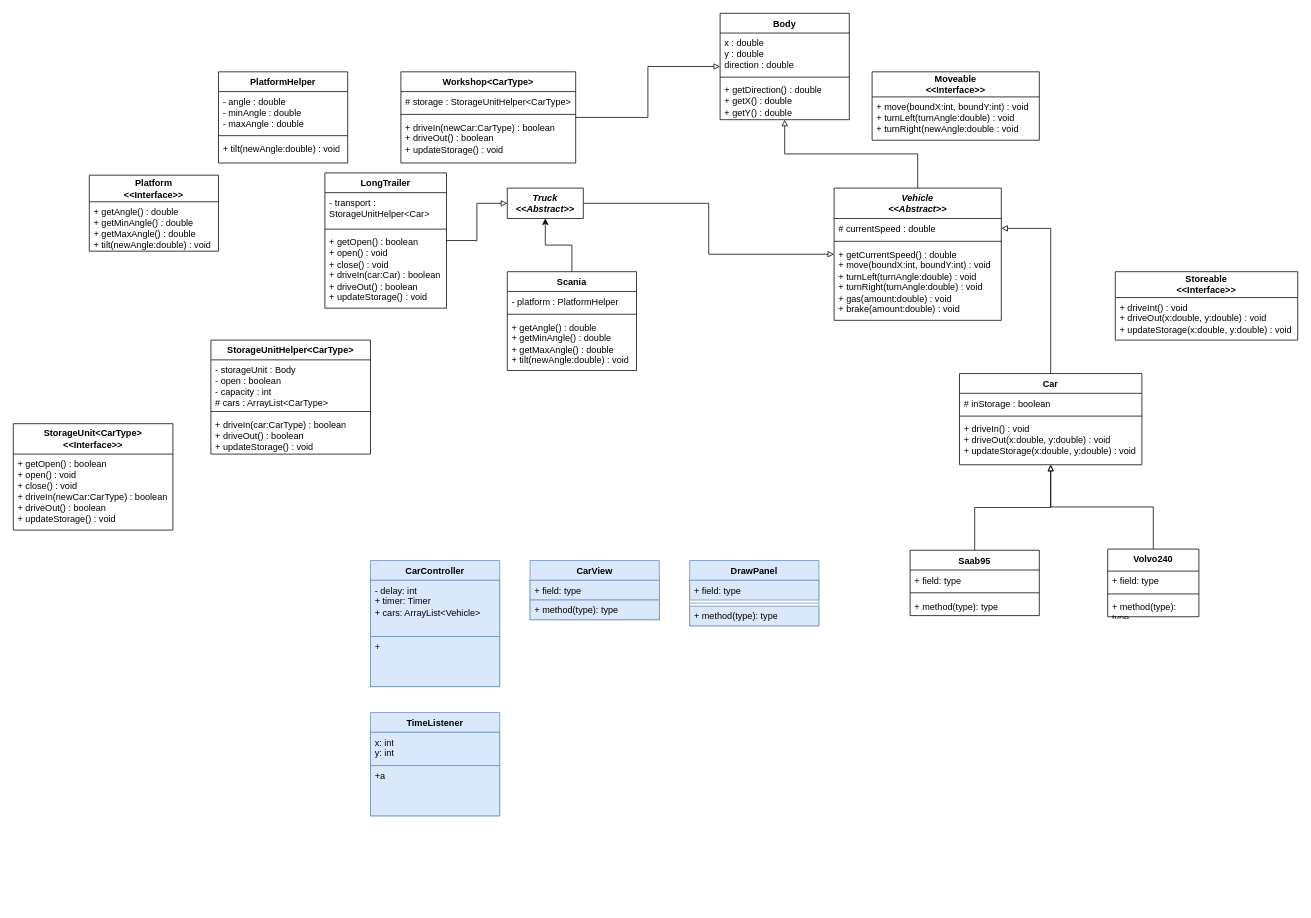
Above: Labb3pre.drawio in ErikFogelstrand/lab1-riktig (draw.io), before the change. Source tidied: cells renumbered, new cells numbered last; positions are measured from the earlier drawing's top-left corner, leaving out a move shared by most shapes. Both pictures are drawn from the tidied source at 76%, with x=0, y=0 at pixel (13, 13).
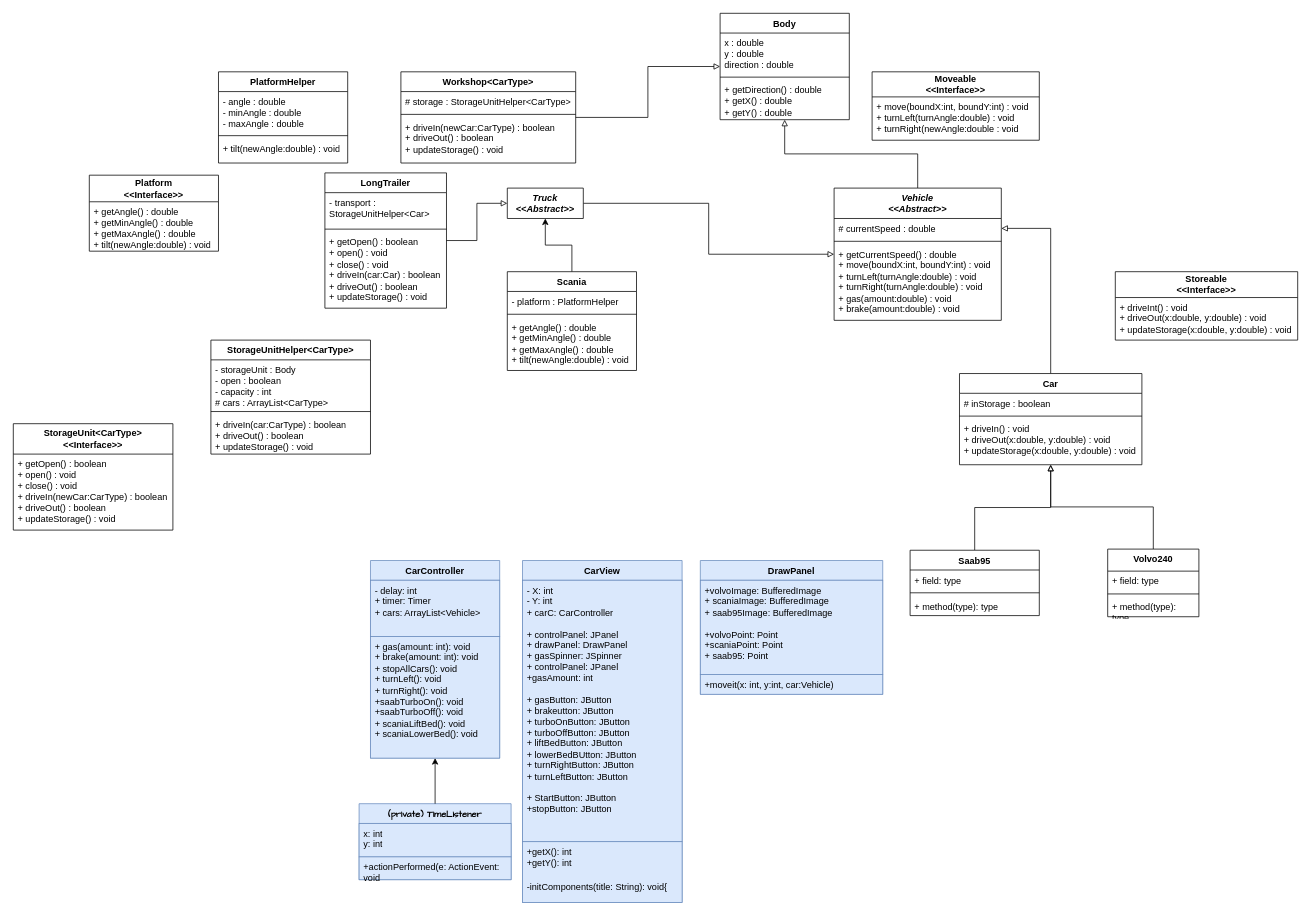
Above is the later version.

Commit message:
Uppdaterad fritte

Diff of the diagram source:
```diff
@@
     <mxCell id="11" value="CarController" style="swimlane;fontStyle=1;align=center;verticalAlign=top;horizontal=1;startSize=26;whiteSpace=wrap;html=1;fillColor=#dae8fc;strokeColor=#6c8ebf;" parent="1" vertex="1">
-      <mxGeometry x="470" y="720" width="170" height="166" as="geometry" />
+      <mxGeometry x="470" y="720" width="170" height="260" as="geometry" />
     </mxCell>
@@
-    <mxCell id="13" value="+ " style="text;strokeColor=#6c8ebf;fillColor=#dae8fc;align=left;verticalAlign=top;spacingLeft=4;spacingRight=4;overflow=hidden;whiteSpace=wrap;html=1;" parent="11" vertex="1">
-      <mxGeometry y="100" width="170" height="66" as="geometry" />
+    <mxCell id="13" value="&lt;div&gt;+ gas(amount: int): void&lt;/div&gt;&lt;div&gt;+ brake(amount: int): void&lt;/div&gt;&lt;div&gt;+ stopAllCars(): void&lt;/div&gt;&lt;div&gt;+ turnLeft(): void&lt;/div&gt;&lt;div&gt;+ turnRight(): void&lt;/div&gt;&lt;div&gt;+saabTurboOn(): void&lt;br&gt;&lt;/div&gt;&lt;div&gt;+saabTurboOff(): void&lt;br&gt;&lt;/div&gt;&lt;div&gt;+ scaniaLiftBed(): void&lt;/div&gt;&lt;div&gt;+ scaniaLowerBed(): void&lt;br&gt;&lt;/div&gt;&lt;div&gt;&lt;br&gt;&lt;/div&gt;" style="text;strokeColor=#6c8ebf;fillColor=#dae8fc;align=left;verticalAlign=top;spacingLeft=4;spacingRight=4;overflow=hidden;whiteSpace=wrap;html=1;" parent="11" vertex="1">
+      <mxGeometry y="100" width="170" height="160" as="geometry" />
     </mxCell>
     <mxCell id="14" value="CarView" style="swimlane;fontStyle=1;align=center;verticalAlign=top;horizontal=1;startSize=26;whiteSpace=wrap;html=1;fillColor=#dae8fc;strokeColor=#6c8ebf;" parent="1" vertex="1">
-      <mxGeometry x="680" y="720" width="170" height="78" as="geometry" />
+      <mxGeometry x="670" y="720" width="210" height="450" as="geometry" />
     </mxCell>
-    <mxCell id="15" value="+ field: type" style="text;strokeColor=#6c8ebf;fillColor=#dae8fc;align=left;verticalAlign=top;spacingLeft=4;spacingRight=4;overflow=hidden;whiteSpace=wrap;html=1;" parent="14" vertex="1">
-      <mxGeometry y="26" width="170" height="26" as="geometry" />
+    <mxCell id="15" value="&lt;div&gt;- X: int&lt;/div&gt;&lt;div&gt;- Y: int&lt;br&gt;&lt;/div&gt;&lt;div&gt;+ carC: CarController&lt;/div&gt;&lt;br&gt;&lt;div&gt;+ controlPanel: JPanel&lt;br&gt;&lt;/div&gt;&lt;div&gt;+ drawPanel: DrawPanel&lt;/div&gt;&lt;div&gt;+ gasSpinner: JSpinner&lt;br&gt;&lt;/div&gt;&lt;div&gt;+ controlPanel: JPanel&lt;br&gt;&lt;/div&gt;&lt;div&gt;+gasAmount: int&lt;br&gt;&lt;/div&gt;&lt;div&gt;&lt;div&gt;&lt;br&gt;&lt;/div&gt;&lt;div&gt;+ gasButton: JButton&lt;/div&gt;&lt;div&gt;+ brakeutton: JButton&lt;/div&gt;&lt;/div&gt;&lt;div&gt;+ turboOnButton: JButton&lt;/div&gt;&lt;div&gt;+ turboOffButton: JButton&lt;/div&gt;&lt;div&gt;+ liftBedButton: JButton&lt;/div&gt;&lt;div&gt;+ lowerBedBUtton: JButton&lt;/div&gt;&lt;div&gt;+ turnRightButton: JButton &lt;br&gt;&lt;/div&gt;&lt;div&gt;+ turnLeftButton: JButton &lt;br&gt;&lt;/div&gt;&lt;div&gt;&lt;br&gt;&lt;/div&gt;&lt;div&gt;+ StartButton: JButton&lt;/div&gt;&lt;div&gt;+stopButton: JButton&lt;br&gt;&lt;/div&gt;&lt;div&gt;&lt;br&gt;&lt;/div&gt;" style="text;strokeColor=#6c8ebf;fillColor=#dae8fc;align=left;verticalAlign=top;spacingLeft=4;spacingRight=4;overflow=hidden;whiteSpace=wrap;html=1;" parent="14" vertex="1">
+      <mxGeometry y="26" width="210" height="344" as="geometry" />
     </mxCell>
-    <mxCell id="16" value="+ method(type): type" style="text;strokeColor=#6c8ebf;fillColor=#dae8fc;align=left;verticalAlign=top;spacingLeft=4;spacingRight=4;overflow=hidden;whiteSpace=wrap;html=1;" parent="14" vertex="1">
-      <mxGeometry y="52" width="170" height="26" as="geometry" />
+    <mxCell id="16" value="&lt;div&gt;+getX(): int&lt;/div&gt;&lt;div&gt;+getY(): int&lt;/div&gt;&lt;div&gt;&lt;br&gt;&lt;/div&gt;&lt;div&gt;-initComponents(title: String): void{&lt;sup&gt;&lt;br&gt;&lt;/sup&gt;&lt;/div&gt;&lt;div&gt;&lt;br&gt;&lt;/div&gt;" style="text;strokeColor=#6c8ebf;fillColor=#dae8fc;align=left;verticalAlign=top;spacingLeft=4;spacingRight=4;overflow=hidden;whiteSpace=wrap;html=1;" parent="14" vertex="1">
+      <mxGeometry y="370" width="210" height="80" as="geometry" />
     </mxCell>
     <mxCell id="17" value="DrawPanel" style="swimlane;fontStyle=1;align=center;verticalAlign=top;horizontal=1;startSize=26;whiteSpace=wrap;html=1;fillColor=#dae8fc;strokeColor=#6c8ebf;" parent="1" vertex="1">
-      <mxGeometry x="890" y="720" width="170" height="86" as="geometry" />
+      <mxGeometry x="904" y="720" width="240" height="176" as="geometry" />
     </mxCell>
-    <mxCell id="18" value="+ field: type" style="text;strokeColor=#6c8ebf;fillColor=#dae8fc;align=left;verticalAlign=top;spacingLeft=4;spacingRight=4;overflow=hidden;whiteSpace=wrap;html=1;" parent="17" vertex="1">
-      <mxGeometry y="26" width="170" height="26" as="geometry" />
+    <mxCell id="18" value="&lt;div&gt;+volvoImage: BufferedImage&lt;/div&gt;&lt;div&gt;+ scaniaImage: BufferedImage&lt;br&gt;&lt;/div&gt;&lt;div&gt;+ saab95Image: BufferedImage&lt;/div&gt;&lt;div&gt;&lt;br&gt;&lt;/div&gt;&lt;div&gt;+volvoPoint: Point&lt;/div&gt;&lt;div&gt;+scaniaPoint: Point&lt;/div&gt;&lt;div&gt;+ saab95: Point&lt;/div&gt;" style="text;strokeColor=#6c8ebf;fillColor=#dae8fc;align=left;verticalAlign=top;spacingLeft=4;spacingRight=4;overflow=hidden;whiteSpace=wrap;html=1;" parent="17" vertex="1">
+      <mxGeometry y="26" width="240" height="124" as="geometry" />
     </mxCell>
-    <mxCell id="19" style="line;strokeWidth=1;fillColor=#dae8fc;align=left;verticalAlign=middle;spacingTop=-1;spacingLeft=3;spacingRight=3;labelPosition=right;strokeColor=#6c8ebf;" parent="17" vertex="1">
-      <mxGeometry y="52" width="170" height="8" as="geometry" />
-    </mxCell>
-    <mxCell id="20" value="+ method(type): type" style="text;strokeColor=#6c8ebf;fillColor=#dae8fc;align=left;verticalAlign=top;spacingLeft=4;spacingRight=4;overflow=hidden;whiteSpace=wrap;html=1;" parent="17" vertex="1">
-      <mxGeometry y="60" width="170" height="26" as="geometry" />
+    <mxCell id="20" value="+moveit(x: int, y:int, car:Vehicle)" style="text;strokeColor=#6c8ebf;fillColor=#dae8fc;align=left;verticalAlign=top;spacingLeft=4;spacingRight=4;overflow=hidden;whiteSpace=wrap;html=1;" parent="17" vertex="1">
+      <mxGeometry y="150" width="240" height="26" as="geometry" />
     </mxCell>
@@
-    <mxCell id="61" value="TimeListener" style="swimlane;fontStyle=1;align=center;verticalAlign=top;horizontal=1;startSize=26;whiteSpace=wrap;html=1;fillColor=#dae8fc;strokeColor=#6c8ebf;" parent="1" vertex="1">
-      <mxGeometry x="470" y="920" width="170" height="136" as="geometry" />
+    <mxCell id="61" value="&lt;font face=&quot;Comic Sans MS&quot;&gt;(private) TimeListener &lt;/font&gt;" style="swimlane;fontStyle=1;align=center;verticalAlign=top;horizontal=1;startSize=26;whiteSpace=wrap;html=1;fillColor=#dae8fc;strokeColor=#6c8ebf;" parent="1" vertex="1">
+      <mxGeometry x="455" y="1040" width="200" height="100" as="geometry" />
     </mxCell>
     <mxCell id="62" value="&lt;div&gt;x: int&lt;/div&gt;&lt;div&gt;y: int&lt;br&gt;&lt;/div&gt;" style="text;strokeColor=#6c8ebf;fillColor=#dae8fc;align=left;verticalAlign=top;spacingLeft=4;spacingRight=4;overflow=hidden;whiteSpace=wrap;html=1;" parent="61" vertex="1">
-      <mxGeometry y="26" width="170" height="44" as="geometry" />
+      <mxGeometry y="26" width="200" height="44" as="geometry" />
     </mxCell>
-    <mxCell id="63" value="+a" style="text;strokeColor=#6c8ebf;fillColor=#dae8fc;align=left;verticalAlign=top;spacingLeft=4;spacingRight=4;overflow=hidden;whiteSpace=wrap;html=1;" parent="61" vertex="1">
-      <mxGeometry y="70" width="170" height="66" as="geometry" />
+    <mxCell id="63" value="+actionPerformed(e: ActionEvent: void" style="text;strokeColor=#6c8ebf;fillColor=#dae8fc;align=left;verticalAlign=top;spacingLeft=4;spacingRight=4;overflow=hidden;whiteSpace=wrap;html=1;" parent="61" vertex="1">
+      <mxGeometry y="70" width="200" height="30" as="geometry" />
     </mxCell>
@@
+    <mxCell id="72" style="edgeStyle=orthogonalEdgeStyle;rounded=0;jettySize=auto;html=1;" parent="1" edge="1" source="61" target="11">
+      <mxGeometry relative="1" as="geometry" />
+    </mxCell>
```
